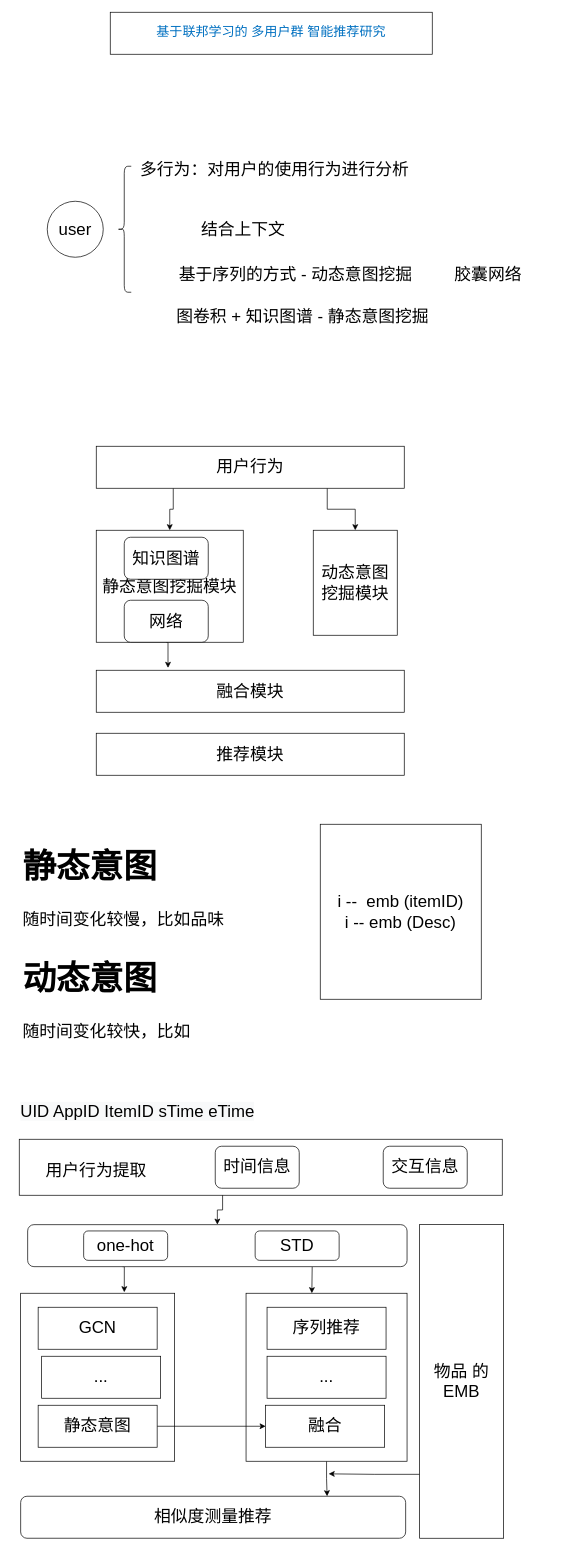
DreamTravelers/draw.io keeps this draw.io diagram as Untitled Diagram.drawio. Above is the earlier version. Source tidied: cells renumbered, new cells numbered last; positions are measured from the earlier drawing's top-left corner, leaving out a move shared by most shapes. Both pictures are drawn from the tidied source at 70%, with x=0, y=0 at pixel (12, 12).
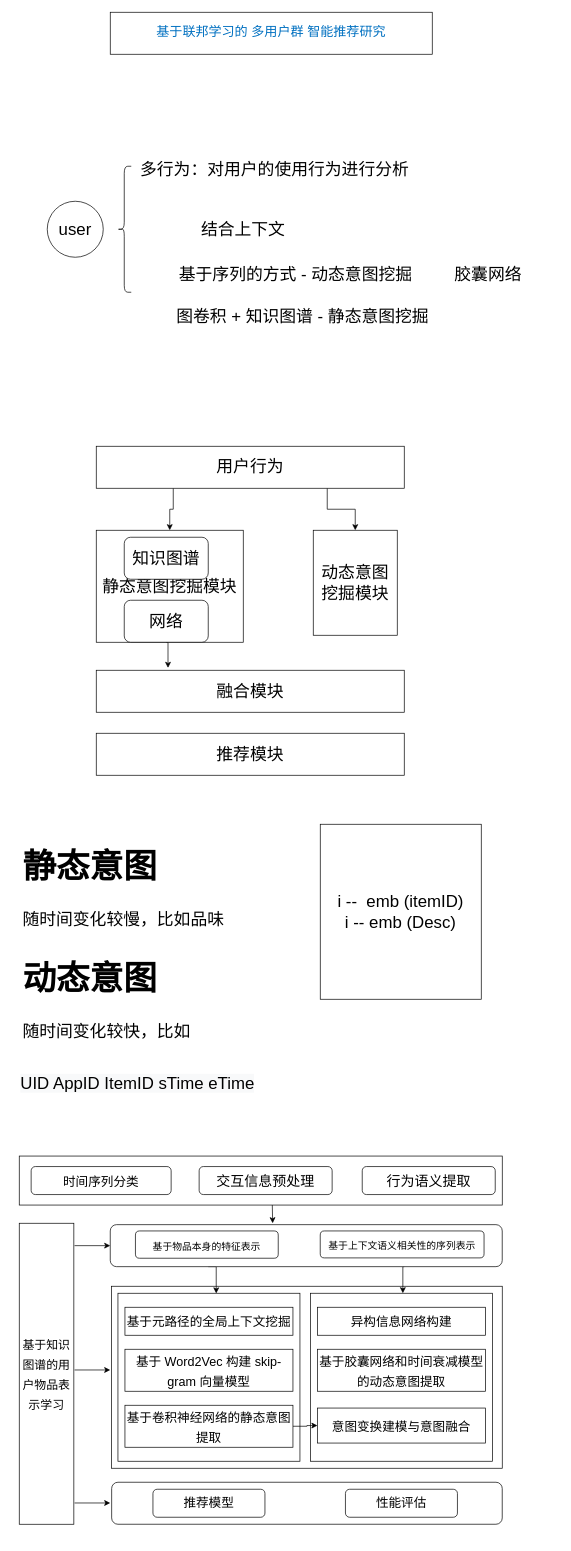
The same page after the edit.

The edit, as a diff of the source:
```diff
@@
+    <mxCell id="47" style="rounded=0;whiteSpace=wrap;html=1;fontSize=18;fontColor=#000000;" parent="1" vertex="1">
+      <mxGeometry x="142" y="1820" width="558" height="260" as="geometry" />
+    </mxCell>
@@
     <mxCell id="20" style="rounded=0;whiteSpace=wrap;html=1;fontSize=24;" parent="1" vertex="1">
-      <mxGeometry x="10" y="1610" width="690" height="80" as="geometry" />
+      <mxGeometry x="10" y="1634" width="690" height="70" as="geometry" />
     </mxCell>
-    <mxCell id="21" style="edgeStyle=orthogonalEdgeStyle;rounded=0;jettySize=auto;html=1;fontSize=24;exitX=0.421;exitY=1;exitDx=0;exitDy=0;exitPerimeter=0;" parent="1" edge="1" source="20" target="30">
-      <mxGeometry relative="1" as="geometry" />
+    <mxCell id="21" style="edgeStyle=orthogonalEdgeStyle;rounded=0;orthogonalLoop=1;jettySize=auto;html=1;fontSize=24;exitX=0.421;exitY=1;exitDx=0;exitDy=0;exitPerimeter=0;" parent="1" edge="1">
+      <mxGeometry relative="1" as="geometry">
+        <mxPoint x="371.5" y="1704" as="sourcePoint" />
+        <mxPoint x="372" y="1730" as="targetPoint" />
+      </mxGeometry>
     </mxCell>
-    <mxCell id="22" value="交互信息" style="rounded=1;whiteSpace=wrap;html=1;fontSize=24;" parent="1" vertex="1">
-      <mxGeometry x="530" y="1620" width="120" height="60" as="geometry" />
+    <mxCell id="22" value="&lt;font style=&quot;font-size: 20px&quot;&gt;交互信息预处理&lt;/font&gt;" style="rounded=1;whiteSpace=wrap;html=1;fontSize=24;" parent="1" vertex="1">
+      <mxGeometry x="267" y="1649" width="190" height="40" as="geometry" />
     </mxCell>
-    <mxCell id="23" value="时间信息" style="rounded=1;whiteSpace=wrap;html=1;fontSize=24;" parent="1" vertex="1">
-      <mxGeometry x="290" y="1620" width="120" height="60" as="geometry" />
+    <mxCell id="23" value="&lt;font style=&quot;font-size: 18px&quot;&gt;时间序列分类&lt;/font&gt;" style="rounded=1;whiteSpace=wrap;html=1;fontSize=24;" parent="1" vertex="1">
+      <mxGeometry x="27" y="1649" width="200" height="40" as="geometry" />
     </mxCell>
     <mxCell id="24" style="rounded=0;whiteSpace=wrap;html=1;fontSize=24;" parent="1" vertex="1">
-      <mxGeometry x="12" y="1830" width="220" height="240" as="geometry" />
+      <mxGeometry x="151" y="1830" width="260" height="240" as="geometry" />
     </mxCell>
-    <mxCell id="25" style="edgeStyle=orthogonalEdgeStyle;rounded=0;jettySize=auto;html=1;exitX=0.5;exitY=1;exitDx=0;exitDy=0;entryX=0.796;entryY=0;entryDx=0;entryDy=0;entryPerimeter=0;fontSize=24;" parent="1" edge="1" source="26" target="38">
-      <mxGeometry relative="1" as="geometry" />
-    </mxCell>
     <mxCell id="26" style="rounded=0;whiteSpace=wrap;html=1;fontSize=24;" parent="1" vertex="1">
-      <mxGeometry x="334" y="1830" width="230" height="240" as="geometry" />
+      <mxGeometry x="426" y="1830" width="260" height="240" as="geometry" />
     </mxCell>
-    <mxCell id="27" value="序列推荐" style="rounded=0;whiteSpace=wrap;html=1;fontSize=24;" parent="1" vertex="1">
-      <mxGeometry x="364" y="1850" width="170" height="60" as="geometry" />
+    <mxCell id="27" value="&lt;font style=&quot;font-size: 18px&quot;&gt;异构信息网络构建&lt;/font&gt;" style="rounded=0;whiteSpace=wrap;html=1;fontSize=24;" parent="1" vertex="1">
+      <mxGeometry x="436" y="1850" width="240" height="40" as="geometry" />
     </mxCell>
-    <mxCell id="28" style="edgeStyle=orthogonalEdgeStyle;rounded=0;jettySize=auto;html=1;exitX=0.25;exitY=1;exitDx=0;exitDy=0;entryX=0.673;entryY=-0.006;entryDx=0;entryDy=0;entryPerimeter=0;fontSize=24;" parent="1" edge="1" source="30" target="24">
+    <mxCell id="28" style="edgeStyle=orthogonalEdgeStyle;rounded=0;jettySize=auto;html=1;exitX=0.25;exitY=1;exitDx=0;exitDy=0;entryX=0.54;entryY=0.001;entryDx=0;entryDy=0;entryPerimeter=0;fontSize=24;" parent="1" edge="1" source="30" target="24">
       <mxGeometry relative="1" as="geometry" />
     </mxCell>
     <mxCell id="29" style="edgeStyle=orthogonalEdgeStyle;rounded=0;jettySize=auto;html=1;exitX=0.75;exitY=1;exitDx=0;exitDy=0;fontSize=24;" parent="1" edge="1" source="30">
       <mxGeometry relative="1" as="geometry">
-        <mxPoint x="428" y="1830" as="targetPoint" />
+        <mxPoint x="558" y="1830" as="targetPoint" />
       </mxGeometry>
     </mxCell>
     <mxCell id="30" style="rounded=1;whiteSpace=wrap;html=1;fontSize=24;" parent="1" vertex="1">
-      <mxGeometry x="22" y="1732" width="542" height="60" as="geometry" />
+      <mxGeometry x="140" y="1732" width="560" height="60" as="geometry" />
     </mxCell>
-    <mxCell id="31" value="..." style="rounded=0;whiteSpace=wrap;html=1;fontSize=24;" parent="1" vertex="1">
-      <mxGeometry x="364" y="1920" width="170" height="60" as="geometry" />
+    <mxCell id="31" value="&lt;font style=&quot;font-size: 18px&quot;&gt;基于胶囊网络和时间衰减模型的动态意图提取&lt;/font&gt;" style="rounded=0;whiteSpace=wrap;html=1;fontSize=24;" parent="1" vertex="1">
+      <mxGeometry x="436" y="1910" width="240" height="60" as="geometry" />
     </mxCell>
-    <mxCell id="32" value="融合" style="rounded=0;whiteSpace=wrap;html=1;fontSize=24;" parent="1" vertex="1">
-      <mxGeometry x="362" y="1990" width="170" height="60" as="geometry" />
+    <mxCell id="32" value="&lt;font style=&quot;font-size: 18px&quot;&gt;意图变换建模与意图融合&lt;/font&gt;" style="rounded=0;whiteSpace=wrap;html=1;fontSize=24;" parent="1" vertex="1">
+      <mxGeometry x="436" y="1994" width="240" height="50" as="geometry" />
     </mxCell>
-    <mxCell id="33" value="GCN" style="rounded=0;whiteSpace=wrap;html=1;fontSize=24;" parent="1" vertex="1">
-      <mxGeometry x="37" y="1850" width="170" height="60" as="geometry" />
+    <mxCell id="33" value="&lt;font style=&quot;font-size: 18px&quot;&gt;基于元路径的全局上下文挖掘&lt;/font&gt;" style="rounded=0;whiteSpace=wrap;html=1;fontSize=24;" parent="1" vertex="1">
+      <mxGeometry x="161" y="1850" width="240" height="40" as="geometry" />
     </mxCell>
@@
-    <mxCell id="36" style="edgeStyle=orthogonalEdgeStyle;rounded=0;jettySize=auto;html=1;exitX=1;exitY=0.5;exitDx=0;exitDy=0;entryX=0;entryY=0.5;entryDx=0;entryDy=0;fontSize=14;" parent="1" edge="1" source="37" target="32">
+    <mxCell id="36" style="edgeStyle=orthogonalEdgeStyle;rounded=0;jettySize=auto;html=1;exitX=1;exitY=0.5;exitDx=0;exitDy=0;fontSize=18;fontColor=#000000;" parent="1" edge="1" source="37" target="32">
       <mxGeometry relative="1" as="geometry" />
     </mxCell>
-    <mxCell id="37" value="静态意图" style="rounded=0;whiteSpace=wrap;html=1;fontSize=24;" parent="1" vertex="1">
-      <mxGeometry x="37" y="1990" width="170" height="60" as="geometry" />
+    <mxCell id="37" value="&lt;font style=&quot;font-size: 18px&quot;&gt;基于卷积神经网络的静态意图提取&lt;/font&gt;" style="rounded=0;whiteSpace=wrap;html=1;fontSize=24;" parent="1" vertex="1">
+      <mxGeometry x="161" y="1990" width="240" height="60" as="geometry" />
     </mxCell>
-    <mxCell id="38" value="&lt;font style=&quot;font-size: 24px&quot;&gt;相似度测量推荐&lt;/font&gt;" style="rounded=1;whiteSpace=wrap;html=1;fontSize=14;" parent="1" vertex="1">
-      <mxGeometry x="12" y="2120" width="550" height="60" as="geometry" />
+    <mxCell id="38" style="rounded=1;whiteSpace=wrap;html=1;fontSize=14;" parent="1" vertex="1">
+      <mxGeometry x="142" y="2100" width="558" height="60" as="geometry" />
     </mxCell>
-    <mxCell id="39" style="edgeStyle=orthogonalEdgeStyle;rounded=0;orthogonalLoop=1;jettySize=auto;html=1;exitX=0;exitY=0.823;exitDx=0;exitDy=0;fontSize=24;exitPerimeter=0;" parent="1" edge="1">
-      <mxGeometry relative="1" as="geometry">
-        <mxPoint x="582" y="2088.7" as="sourcePoint" />
-        <mxPoint x="452" y="2088" as="targetPoint" />
-        <Array as="points">
-          <mxPoint x="517" y="2088" />
-        </Array>
-      </mxGeometry>
-    </mxCell>
-    <mxCell id="40" value="物品 的 EMB" style="rounded=0;whiteSpace=wrap;html=1;fontSize=24;" parent="1" vertex="1">
-      <mxGeometry x="582" y="1732" width="120" height="448" as="geometry" />
-    </mxCell>
-    <mxCell id="41" value="..." style="rounded=0;whiteSpace=wrap;html=1;fontSize=24;" parent="1" vertex="1">
-      <mxGeometry x="42" y="1920" width="170" height="60" as="geometry" />
+    <mxCell id="41" value="&lt;font style=&quot;font-size: 18px&quot;&gt;基于 Word2Vec 构建 skip-gram 向量模型&lt;/font&gt;" style="rounded=0;whiteSpace=wrap;html=1;fontSize=24;" parent="1" vertex="1">
+      <mxGeometry x="161" y="1910" width="240" height="60" as="geometry" />
     </mxCell>
-    <mxCell id="42" value="用户行为提取" style="text;html=1;strokeColor=none;fillColor=none;align=center;verticalAlign=middle;whiteSpace=wrap;rounded=0;fontSize=24;" parent="1" vertex="1">
-      <mxGeometry y="1640" width="240" height="30" as="geometry" />
-    </mxCell>
-    <mxCell id="43" value="one-hot" style="rounded=1;whiteSpace=wrap;html=1;fontSize=24;" parent="1" vertex="1">
-      <mxGeometry x="102" y="1741" width="120" height="42" as="geometry" />
+    <mxCell id="43" value="&lt;font style=&quot;font-size: 14px&quot;&gt;基于物品本身的特征表示&lt;/font&gt;" style="rounded=1;whiteSpace=wrap;html=1;fontSize=24;" parent="1" vertex="1">
+      <mxGeometry x="176" y="1741" width="204" height="39" as="geometry" />
     </mxCell>
-    <mxCell id="44" value="STD" style="rounded=1;whiteSpace=wrap;html=1;fontSize=24;" parent="1" vertex="1">
-      <mxGeometry x="347" y="1741" width="120" height="42" as="geometry" />
+    <mxCell id="44" value="&lt;font style=&quot;font-size: 14px&quot;&gt;基于上下文语义相关性的序列表示&lt;/font&gt;" style="rounded=1;whiteSpace=wrap;html=1;fontSize=24;" parent="1" vertex="1">
+      <mxGeometry x="440" y="1741" width="234" height="38.5" as="geometry" />
     </mxCell>
     <mxCell id="45" value="&lt;span style=&quot;color: rgb(0 , 0 , 0) ; font-family: &amp;#34;helvetica&amp;#34; ; font-size: 24px ; font-style: normal ; font-weight: 400 ; letter-spacing: normal ; text-align: left ; text-indent: 0px ; text-transform: none ; word-spacing: 0px ; background-color: rgb(248 , 249 , 250) ; display: inline ; float: none&quot;&gt;UID AppID ItemID sTime eTime&lt;/span&gt;" style="text;whiteSpace=wrap;html=1;fontSize=24;" parent="1" vertex="1">
-      <mxGeometry x="10" y="1550" width="470" height="40" as="geometry" />
+      <mxGeometry x="10" y="1510" width="470" height="40" as="geometry" />
     </mxCell>
@@
+    <mxCell id="48" value="&lt;span style=&quot;font-size: 20px&quot;&gt;行为语义提取&lt;/span&gt;" style="rounded=1;whiteSpace=wrap;html=1;fontSize=24;" parent="1" vertex="1">
+      <mxGeometry x="500" y="1649" width="190" height="40" as="geometry" />
+    </mxCell>
+    <mxCell id="49" value="推荐模型" style="rounded=1;whiteSpace=wrap;html=1;fontSize=18;fontColor=#000000;" parent="1" vertex="1">
+      <mxGeometry x="201" y="2110" width="160" height="40" as="geometry" />
+    </mxCell>
+    <mxCell id="50" value="性能评估" style="rounded=1;whiteSpace=wrap;html=1;fontSize=18;fontColor=#000000;" parent="1" vertex="1">
+      <mxGeometry x="476" y="2110" width="160" height="40" as="geometry" />
+    </mxCell>
+    <mxCell id="51" value="&lt;font style=&quot;font-size: 17px&quot;&gt;基于知识图谱的用户物品表示学习&lt;/font&gt;" style="rounded=0;whiteSpace=wrap;html=1;fontSize=24;" parent="1" vertex="1">
+      <mxGeometry x="10" y="1730" width="78" height="430" as="geometry" />
+    </mxCell>
+    <mxCell id="52" style="endArrow=classic;html=1;rounded=0;fontSize=18;fontColor=#000000;entryX=0;entryY=0.5;entryDx=0;entryDy=0;" parent="1" edge="1" target="30">
+      <mxGeometry relative="1" as="geometry">
+        <mxPoint x="89" y="1762" as="sourcePoint" />
+      </mxGeometry>
+    </mxCell>
+    <mxCell id="53" style="endArrow=classic;html=1;rounded=0;fontSize=18;fontColor=#000000;entryX=0;entryY=0.5;entryDx=0;entryDy=0;" parent="1" edge="1">
+      <mxGeometry relative="1" as="geometry">
+        <mxPoint x="89" y="1939.6" as="sourcePoint" />
+        <mxPoint x="140" y="1939.6" as="targetPoint" />
+      </mxGeometry>
+    </mxCell>
+    <mxCell id="54" style="endArrow=classic;html=1;rounded=0;fontSize=18;fontColor=#000000;entryX=0;entryY=0.5;entryDx=0;entryDy=0;" parent="1" edge="1">
+      <mxGeometry relative="1" as="geometry">
+        <mxPoint x="89" y="2129.6" as="sourcePoint" />
+        <mxPoint x="140" y="2129.6" as="targetPoint" />
+      </mxGeometry>
+    </mxCell>
```
